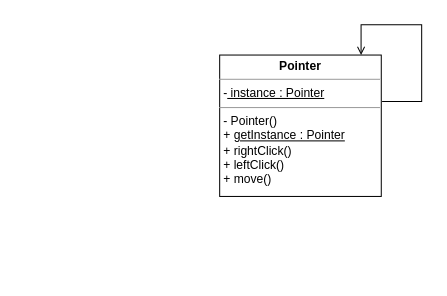
Above: page "V1" (1 of 2) of Project/creational/Singleton/Singleton.drawio in pang1217/Pattern-and-Software-Design (draw.io), before the change. Source tidied: cells renumbered, new cells numbered last; positions are measured from the earlier drawing's top-left corner, leaving out a move shared by most shapes. Both pictures are drawn from the tidied source at 101%, with x=0, y=0 at pixel (219, 24).
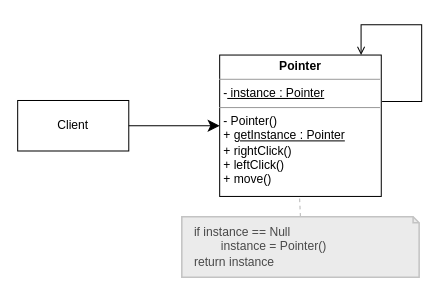
Above is the later version.

Commit message (it also covers changes not shown here):
Pass Builder and Singleton

What changed in the source:
```diff
@@
 <mxGraphModel>
   <root>
     <mxCell id="0" />
     <mxCell id="1" parent="0" />
-    <mxCell id="2" value="&lt;p style=&quot;margin:0px;margin-top:4px;text-align:center;&quot;&gt;&lt;b&gt;Pointer&lt;/b&gt;&lt;/p&gt;&lt;hr size=&quot;1&quot;&gt;&lt;p style=&quot;margin:0px;margin-left:4px;&quot;&gt;-&lt;u&gt; instance : Pointer&lt;/u&gt;&lt;/p&gt;&lt;hr size=&quot;1&quot;&gt;&lt;p style=&quot;margin:0px;margin-left:4px;&quot;&gt;- Pointer()&lt;/p&gt;&lt;p style=&quot;margin:0px;margin-left:4px;&quot;&gt;+ &lt;u&gt;getInstance : Pointer&lt;/u&gt;&lt;/p&gt;&lt;p style=&quot;margin:0px;margin-left:4px;&quot;&gt;+ rightClick()&lt;/p&gt;&lt;p style=&quot;margin:0px;margin-left:4px;&quot;&gt;+ leftClick()&lt;/p&gt;&lt;p style=&quot;margin:0px;margin-left:4px;&quot;&gt;+ move()&lt;/p&gt;&lt;p style=&quot;margin:0px;margin-left:4px;&quot;&gt;&lt;br&gt;&lt;/p&gt;&lt;p style=&quot;margin:0px;margin-left:4px;&quot;&gt;&lt;br&gt;&lt;/p&gt;" style="verticalAlign=top;align=left;overflow=fill;fontSize=12;fontFamily=Helvetica;html=1;whiteSpace=wrap;" parent="1" vertex="1">
+    <mxCell id="2" value="&lt;p style=&quot;margin:0px;margin-top:4px;text-align:center;&quot;&gt;&lt;b&gt;Pointer&lt;/b&gt;&lt;/p&gt;&lt;hr size=&quot;1&quot;&gt;&lt;p style=&quot;margin:0px;margin-left:4px;&quot;&gt;-&lt;u&gt;&amp;nbsp;instance : Pointer&lt;/u&gt;&lt;/p&gt;&lt;hr size=&quot;1&quot;&gt;&lt;p style=&quot;margin:0px;margin-left:4px;&quot;&gt;- Pointer()&lt;/p&gt;&lt;p style=&quot;margin:0px;margin-left:4px;&quot;&gt;+ &lt;u&gt;getInstance : Pointer&lt;/u&gt;&lt;/p&gt;&lt;p style=&quot;margin:0px;margin-left:4px;&quot;&gt;+ rightClick()&lt;/p&gt;&lt;p style=&quot;margin:0px;margin-left:4px;&quot;&gt;+ leftClick()&lt;/p&gt;&lt;p style=&quot;margin:0px;margin-left:4px;&quot;&gt;+ move()&lt;/p&gt;&lt;p style=&quot;margin:0px;margin-left:4px;&quot;&gt;&lt;br&gt;&lt;/p&gt;&lt;p style=&quot;margin:0px;margin-left:4px;&quot;&gt;&lt;br&gt;&lt;/p&gt;" style="verticalAlign=top;align=left;overflow=fill;fontSize=12;fontFamily=Helvetica;html=1;whiteSpace=wrap;" parent="1" vertex="1">
       <mxGeometry y="30" width="160" height="140" as="geometry" />
     </mxCell>
     <mxCell id="3" style="endArrow=none;html=1;rounded=0;entryX=1.005;entryY=0.328;entryDx=0;entryDy=0;entryPerimeter=0;endFill=0;startArrow=open;startFill=0;" parent="1" edge="1" target="2">
       <mxGeometry relative="1" as="geometry">
         <mxPoint x="140" y="30" as="sourcePoint" />
         <Array as="points">
           <mxPoint x="140" />
           <mxPoint x="200" />
           <mxPoint x="200" y="76" />
         </Array>
       </mxGeometry>
     </mxCell>
+    <mxCell id="4" value="Client" style="html=1;whiteSpace=wrap;" parent="1" vertex="1">
+      <mxGeometry x="-200" y="75" width="110" height="50" as="geometry" />
+    </mxCell>
+    <mxCell id="5" style="endArrow=classic;endFill=1;endSize=9;html=1;rounded=0;exitX=1;exitY=0.5;exitDx=0;exitDy=0;entryX=0;entryY=0.5;entryDx=0;entryDy=0;" parent="1" edge="1" source="4" target="2">
+      <mxGeometry relative="1" as="geometry" />
+    </mxCell>
+    <mxCell id="6" style="rounded=0;jettySize=auto;html=1;startArrow=none;startFill=1;startSize=3;jumpStyle=none;endArrow=none;endFill=0;anchorPointDirection=0;backgroundOutline=0;snapToPoint=1;flowAnimation=0;strokeColor=#C3C3C3;dashed=1;shadow=0;strokeWidth=1.2;exitX=0.5;exitY=0;exitDx=0;exitDy=0;exitPerimeter=0;entryX=0.619;entryY=1.029;entryDx=0;entryDy=0;entryPerimeter=0;" parent="1" edge="1" source="7">
+      <mxGeometry relative="1" as="geometry">
+        <mxPoint x="79" y="170" as="targetPoint" />
+      </mxGeometry>
+    </mxCell>
+    <mxCell id="7" value="&lt;font color=&quot;#494949&quot;&gt;&lt;div&gt;&lt;span style=&quot;background-color: initial;&quot;&gt;if instance == Null&lt;/span&gt;&lt;br&gt;&lt;/div&gt;&lt;div&gt;&amp;nbsp; &amp;nbsp; &amp;nbsp; &amp;nbsp; instance = Pointer()&lt;/div&gt;&lt;div&gt;&lt;span style=&quot;background-color: initial;&quot;&gt;return instance&lt;/span&gt;&lt;/div&gt;&lt;/font&gt;" style="shape=note;size=6;align=left;spacingLeft=10;html=1;whiteSpace=wrap;strokeWidth=1.5;strokeColor=#C3C3C3;gradientColor=none;fillColor=#EBEBEB;" parent="1" vertex="1">
+      <mxGeometry x="-37.5" y="190" width="235" height="60" as="geometry" />
+    </mxCell>
   </root>
 </mxGraphModel>
```
